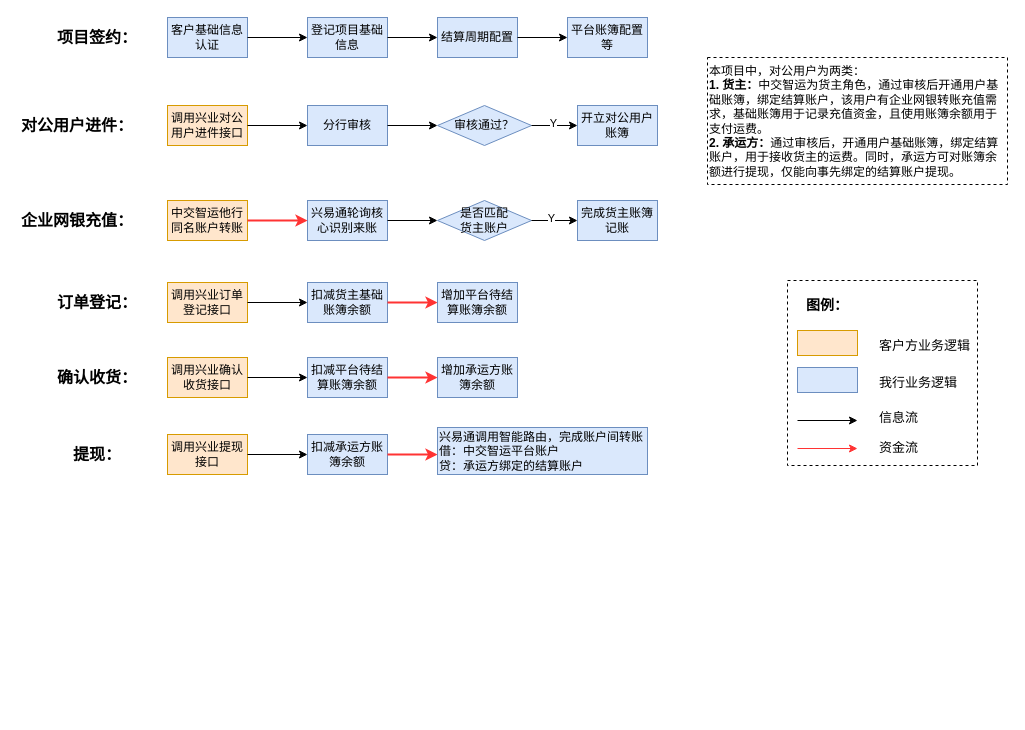
linkun199011/draw-io keeps this draw.io diagram as page "业务流程图" (1 of 2) of 中交.drawio. Above is the earlier version. Source tidied: cells renumbered, new cells numbered last; positions are measured from the earlier drawing's top-left corner, leaving out a move shared by most shapes. Both pictures are drawn from the tidied source at 100%, with x=0, y=0 at pixel (17, 17).
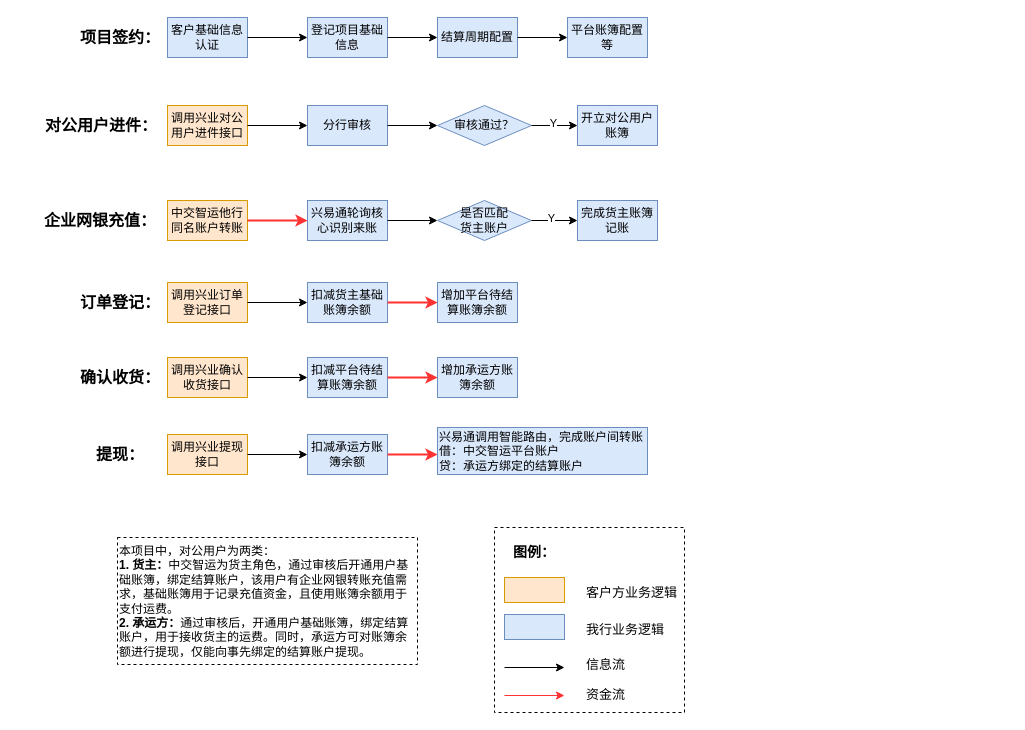
The same page after the edit.

Change to the diagram source:
```diff
@@
     <mxCell id="12" value="本项目中，对公用户为两类：&lt;br style=&quot;border-color: var(--border-color);&quot;&gt;&lt;b&gt;1. 货主：&lt;/b&gt;中交智运为货主角色，通过审核后开通用户基础账簿，绑定结算账户，该用户有企业网银转账充值需求，基础账簿用于记录充值资金，且使用账簿余额用于支付运费。&lt;br style=&quot;border-color: var(--border-color);&quot;&gt;&lt;span style=&quot;border-color: var(--border-color);&quot;&gt;&lt;b&gt;2. 承运方：&lt;/b&gt;通过审核后，开通用户基础账簿，绑定结算账户，用于接收货主的运费。同时，承运方可对账簿余额进行提现，仅能向事先绑定的结算账户提现。&lt;/span&gt;" style="text;html=1;strokeColor=default;fillColor=none;align=left;verticalAlign=middle;whiteSpace=wrap;rounded=0;dashed=1;" parent="1" vertex="1">
-      <mxGeometry x="690" y="40" width="300" height="127" as="geometry" />
+      <mxGeometry x="100" y="520" width="300" height="127" as="geometry" />
     </mxCell>
@@
     <mxCell id="18" value="&lt;font style=&quot;font-size: 16px;&quot;&gt;&lt;b&gt;项目签约：&lt;/b&gt;&lt;/font&gt;" style="text;html=1;strokeColor=none;fillColor=none;align=center;verticalAlign=middle;whiteSpace=wrap;rounded=0;" parent="1" vertex="1">
-      <mxGeometry x="30" y="5" width="100" height="30" as="geometry" />
+      <mxGeometry x="53" y="5" width="100" height="30" as="geometry" />
     </mxCell>
     <mxCell id="19" value="&lt;font style=&quot;font-size: 16px;&quot;&gt;&lt;b&gt;对公用户进件：&lt;/b&gt;&lt;/font&gt;" style="text;html=1;strokeColor=none;fillColor=none;align=center;verticalAlign=middle;whiteSpace=wrap;rounded=0;" parent="1" vertex="1">
-      <mxGeometry y="93" width="120" height="30" as="geometry" />
+      <mxGeometry x="24" y="93" width="120" height="30" as="geometry" />
     </mxCell>
@@
     <mxCell id="28" value="&lt;font style=&quot;font-size: 16px;&quot;&gt;&lt;b&gt;企业网银充值：&lt;/b&gt;&lt;/font&gt;" style="text;html=1;strokeColor=none;fillColor=none;align=center;verticalAlign=middle;whiteSpace=wrap;rounded=0;" parent="1" vertex="1">
-      <mxGeometry y="188" width="120" height="30" as="geometry" />
+      <mxGeometry x="23" y="188" width="120" height="30" as="geometry" />
     </mxCell>
@@
     <mxCell id="34" value="&lt;font style=&quot;font-size: 16px;&quot;&gt;&lt;b&gt;订单登记：&lt;/b&gt;&lt;/font&gt;" style="text;html=1;strokeColor=none;fillColor=none;align=center;verticalAlign=middle;whiteSpace=wrap;rounded=0;" parent="1" vertex="1">
-      <mxGeometry x="30" y="270" width="100" height="30" as="geometry" />
+      <mxGeometry x="53" y="270" width="100" height="30" as="geometry" />
     </mxCell>
@@
     <mxCell id="40" value="&lt;font style=&quot;font-size: 16px;&quot;&gt;&lt;b&gt;确认收货：&lt;/b&gt;&lt;/font&gt;" style="text;html=1;strokeColor=none;fillColor=none;align=center;verticalAlign=middle;whiteSpace=wrap;rounded=0;" parent="1" vertex="1">
-      <mxGeometry x="30" y="345" width="100" height="30" as="geometry" />
+      <mxGeometry x="53" y="345" width="100" height="30" as="geometry" />
     </mxCell>
@@
     <mxCell id="46" value="&lt;font style=&quot;font-size: 16px;&quot;&gt;&lt;b&gt;提现：&lt;/b&gt;&lt;/font&gt;" style="text;html=1;strokeColor=none;fillColor=none;align=center;verticalAlign=middle;whiteSpace=wrap;rounded=0;" parent="1" vertex="1">
-      <mxGeometry x="30" y="422" width="100" height="30" as="geometry" />
+      <mxGeometry x="53" y="422" width="100" height="30" as="geometry" />
     </mxCell>
+    <mxCell id="57" style="group;" parent="1" vertex="1">
+      <mxGeometry x="477" y="510" width="190" height="185" as="geometry" />
+    </mxCell>
-    <mxCell id="47" style="rounded=0;whiteSpace=wrap;html=1;fillColor=#ffe6cc;strokeColor=#d79b00;" parent="1" vertex="1">
-      <mxGeometry x="780" y="313" width="60" height="25" as="geometry" />
+    <mxCell id="47" style="rounded=0;whiteSpace=wrap;html=1;fillColor=#ffe6cc;strokeColor=#d79b00;" parent="57" vertex="1">
+      <mxGeometry x="10" y="50" width="60" height="25" as="geometry" />
     </mxCell>
-    <mxCell id="48" value="图例：" style="text;html=1;strokeColor=none;fillColor=none;align=center;verticalAlign=middle;whiteSpace=wrap;rounded=0;fontStyle=1;fontSize=14;" parent="1" vertex="1">
-      <mxGeometry x="780" y="273" width="60" height="30" as="geometry" />
+    <mxCell id="48" value="图例：" style="text;html=1;strokeColor=none;fillColor=none;align=center;verticalAlign=middle;whiteSpace=wrap;rounded=0;fontStyle=1;fontSize=14;" parent="57" vertex="1">
+      <mxGeometry x="10" y="10" width="60" height="30" as="geometry" />
     </mxCell>
-    <mxCell id="49" value="客户方业务逻辑" style="text;html=1;strokeColor=none;fillColor=none;align=left;verticalAlign=middle;whiteSpace=wrap;rounded=0;fontStyle=0;fontSize=13;" parent="1" vertex="1">
-      <mxGeometry x="860" y="313" width="100" height="30" as="geometry" />
+    <mxCell id="49" value="客户方业务逻辑" style="text;html=1;strokeColor=none;fillColor=none;align=left;verticalAlign=middle;whiteSpace=wrap;rounded=0;fontStyle=0;fontSize=13;" parent="57" vertex="1">
+      <mxGeometry x="90" y="50" width="100" height="30" as="geometry" />
     </mxCell>
-    <mxCell id="50" style="rounded=0;whiteSpace=wrap;html=1;fillColor=#dae8fc;strokeColor=#6c8ebf;" parent="1" vertex="1">
-      <mxGeometry x="780" y="350" width="60" height="25" as="geometry" />
+    <mxCell id="50" style="rounded=0;whiteSpace=wrap;html=1;fillColor=#dae8fc;strokeColor=#6c8ebf;" parent="57" vertex="1">
+      <mxGeometry x="10" y="87" width="60" height="25" as="geometry" />
     </mxCell>
-    <mxCell id="51" value="我行业务逻辑" style="text;html=1;strokeColor=none;fillColor=none;align=left;verticalAlign=middle;whiteSpace=wrap;rounded=0;fontStyle=0;fontSize=13;" parent="1" vertex="1">
-      <mxGeometry x="860" y="350" width="90" height="30" as="geometry" />
+    <mxCell id="51" value="我行业务逻辑" style="text;html=1;strokeColor=none;fillColor=none;align=left;verticalAlign=middle;whiteSpace=wrap;rounded=0;fontStyle=0;fontSize=13;" parent="57" vertex="1">
+      <mxGeometry x="90" y="87" width="90" height="30" as="geometry" />
     </mxCell>
-    <mxCell id="52" style="text;html=1;strokeColor=default;fillColor=none;align=center;verticalAlign=middle;whiteSpace=wrap;rounded=0;dashed=1;" parent="1" vertex="1">
-      <mxGeometry x="770" y="263" width="190" height="185" as="geometry" />
+    <mxCell id="52" style="text;html=1;strokeColor=default;fillColor=none;align=center;verticalAlign=middle;whiteSpace=wrap;rounded=0;dashed=1;" parent="57" vertex="1">
+      <mxGeometry width="190" height="185" as="geometry" />
     </mxCell>
-    <mxCell id="53" style="endArrow=classic;html=1;rounded=0;exitX=1;exitY=0.5;exitDx=0;exitDy=0;entryX=0;entryY=0.5;entryDx=0;entryDy=0;" parent="1" edge="1">
+    <mxCell id="53" style="endArrow=classic;html=1;rounded=0;exitX=1;exitY=0.5;exitDx=0;exitDy=0;entryX=0;entryY=0.5;entryDx=0;entryDy=0;" parent="57" edge="1">
       <mxGeometry relative="1" as="geometry">
-        <mxPoint x="780" y="403" as="sourcePoint" />
-        <mxPoint x="840" y="403" as="targetPoint" />
+        <mxPoint x="10" y="140" as="sourcePoint" />
+        <mxPoint x="70" y="140" as="targetPoint" />
       </mxGeometry>
     </mxCell>
-    <mxCell id="54" style="endArrow=classic;html=1;rounded=0;exitX=1;exitY=0.5;exitDx=0;exitDy=0;entryX=0;entryY=0.5;entryDx=0;entryDy=0;strokeColor=#FF3333;" parent="1" edge="1">
+    <mxCell id="54" style="endArrow=classic;html=1;rounded=0;exitX=1;exitY=0.5;exitDx=0;exitDy=0;entryX=0;entryY=0.5;entryDx=0;entryDy=0;strokeColor=#FF3333;" parent="57" edge="1">
       <mxGeometry relative="1" as="geometry">
-        <mxPoint x="780" y="431" as="sourcePoint" />
-        <mxPoint x="840" y="431" as="targetPoint" />
+        <mxPoint x="10" y="168" as="sourcePoint" />
+        <mxPoint x="70" y="168" as="targetPoint" />
       </mxGeometry>
     </mxCell>
-    <mxCell id="55" value="信息流" style="text;html=1;strokeColor=none;fillColor=none;align=left;verticalAlign=middle;whiteSpace=wrap;rounded=0;fontStyle=0;fontSize=13;" parent="1" vertex="1">
-      <mxGeometry x="860" y="385" width="90" height="30" as="geometry" />
+    <mxCell id="55" value="信息流" style="text;html=1;strokeColor=none;fillColor=none;align=left;verticalAlign=middle;whiteSpace=wrap;rounded=0;fontStyle=0;fontSize=13;" parent="57" vertex="1">
+      <mxGeometry x="90" y="122" width="90" height="30" as="geometry" />
     </mxCell>
-    <mxCell id="56" value="资金流" style="text;html=1;strokeColor=none;fillColor=none;align=left;verticalAlign=middle;whiteSpace=wrap;rounded=0;fontStyle=0;fontSize=13;" parent="1" vertex="1">
-      <mxGeometry x="860" y="415" width="90" height="30" as="geometry" />
+    <mxCell id="56" value="资金流" style="text;html=1;strokeColor=none;fillColor=none;align=left;verticalAlign=middle;whiteSpace=wrap;rounded=0;fontStyle=0;fontSize=13;" parent="57" vertex="1">
+      <mxGeometry x="90" y="152" width="90" height="30" as="geometry" />
     </mxCell>
```
